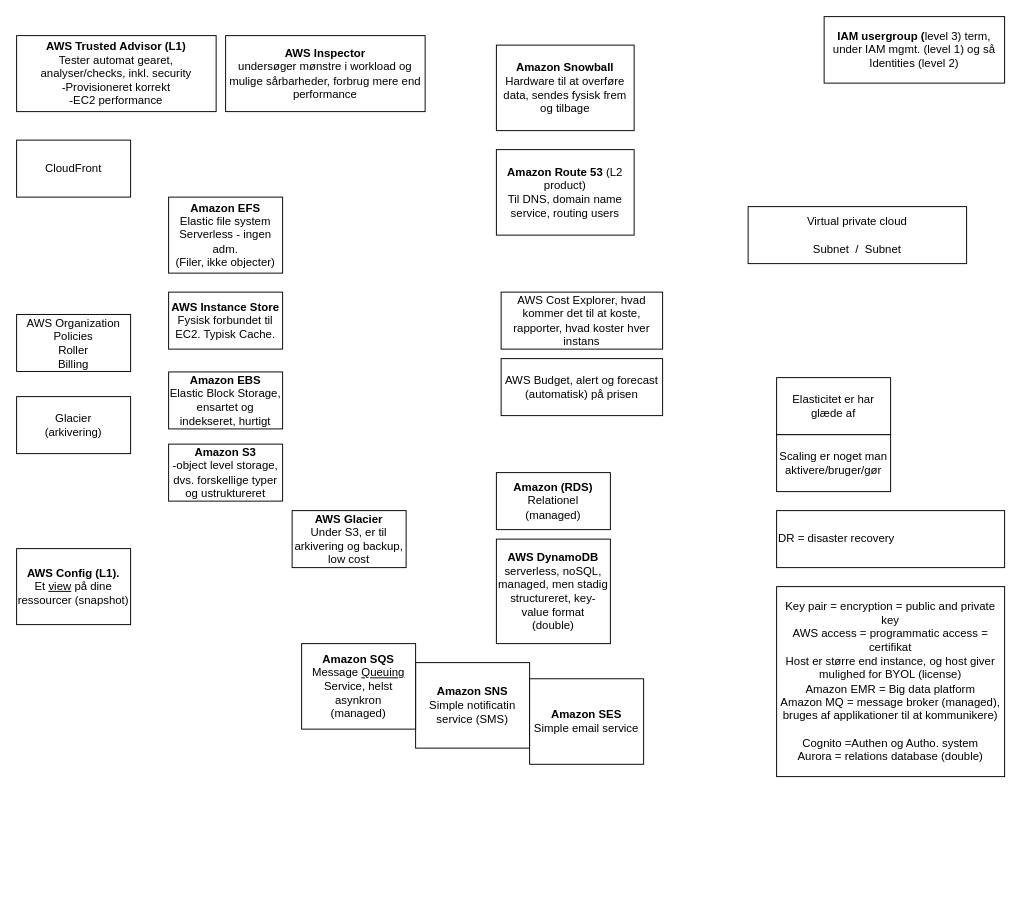
Before: Terms.drawio in Zaladk/drawio, a draw.io diagram. Source tidied: cells renumbered, new cells numbered last; positions are measured from the earlier drawing's top-left corner, leaving out a move shared by most shapes. Both pictures are drawn from the tidied source at 95%, with x=0, y=0 at pixel (16, 16).
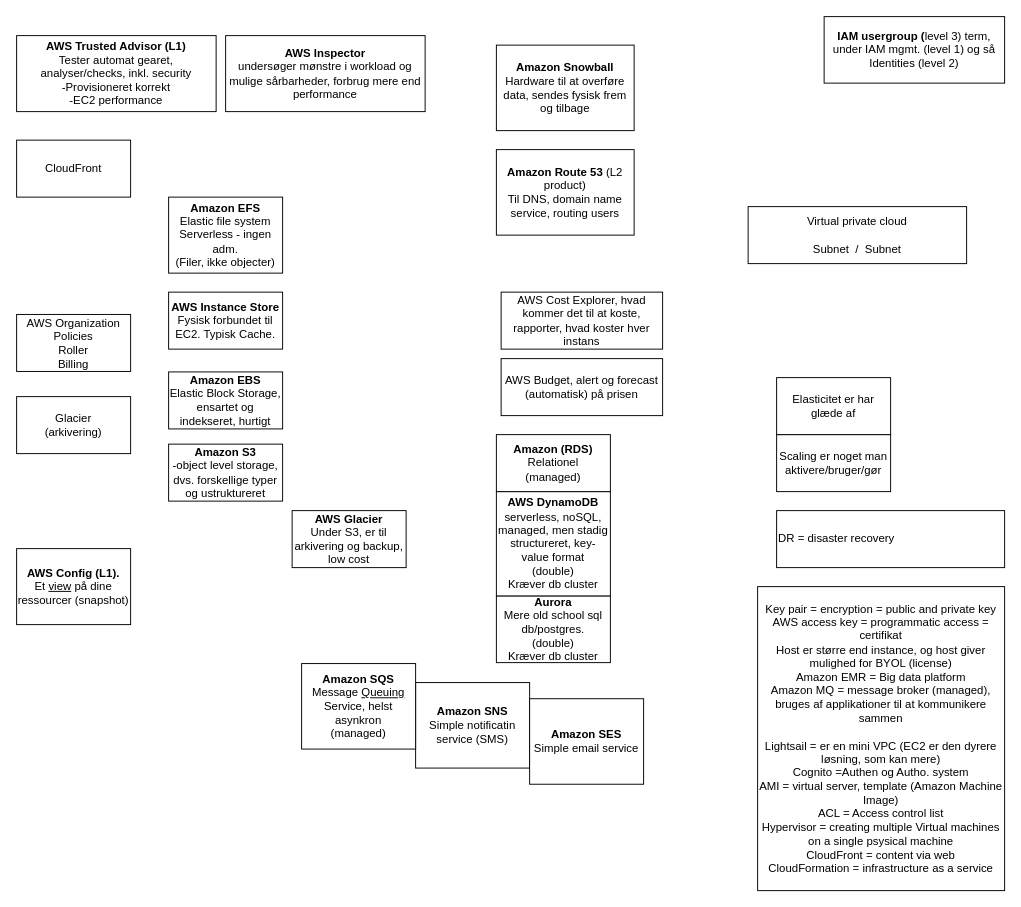
Above is the later version.

What changed in the source:
```diff
@@
-    <mxCell id="8" value="&lt;b&gt;AWS DynamoDB&lt;/b&gt;&lt;div&gt;serverless, noSQL, managed, men stadig structureret, key-value format&lt;/div&gt;&lt;div&gt;(double)&lt;/div&gt;" style="rounded=0;whiteSpace=wrap;html=1;" parent="1" vertex="1">
-      <mxGeometry x="505" y="550" width="120" height="110" as="geometry" />
+    <mxCell id="8" value="&lt;b&gt;AWS DynamoDB&lt;/b&gt;&lt;div&gt;serverless, noSQL, managed, men stadig structureret, key-value format&lt;/div&gt;&lt;div&gt;(double)&lt;/div&gt;&lt;div&gt;Kræver db cluster&lt;/div&gt;" style="rounded=0;whiteSpace=wrap;html=1;" parent="1" vertex="1">
+      <mxGeometry x="505" y="500" width="120" height="110" as="geometry" />
     </mxCell>
     <mxCell id="9" value="&lt;b&gt;Amazon (RDS)&lt;/b&gt;&lt;div&gt;Relationel&lt;/div&gt;&lt;div&gt;(managed)&lt;/div&gt;" style="rounded=0;whiteSpace=wrap;html=1;" parent="1" vertex="1">
-      <mxGeometry x="505" y="480" width="120" height="60" as="geometry" />
+      <mxGeometry x="505" y="440" width="120" height="60" as="geometry" />
     </mxCell>
@@
     <mxCell id="19" value="&lt;b&gt;Amazon SNS&lt;/b&gt;&lt;div&gt;Simple notificatin service (SMS)&lt;/div&gt;" style="rounded=0;whiteSpace=wrap;html=1;" parent="1" vertex="1">
-      <mxGeometry x="420" y="680" width="120" height="90" as="geometry" />
+      <mxGeometry x="420" y="701" width="120" height="90" as="geometry" />
     </mxCell>
@@
     <mxCell id="23" value="&lt;b&gt;Amazon SQS&lt;/b&gt;&lt;div&gt;Message &lt;u&gt;Queuing &lt;/u&gt;Service, helst asynkron&lt;/div&gt;&lt;div&gt;(managed)&lt;/div&gt;" style="rounded=0;whiteSpace=wrap;html=1;" parent="1" vertex="1">
-      <mxGeometry x="300" y="660" width="120" height="90" as="geometry" />
+      <mxGeometry x="300" y="681" width="120" height="90" as="geometry" />
     </mxCell>
     <mxCell id="24" value="&lt;b&gt;Amazon SES&lt;/b&gt;&lt;div&gt;Simple email service&lt;/div&gt;" style="rounded=0;whiteSpace=wrap;html=1;" parent="1" vertex="1">
-      <mxGeometry x="540" y="697" width="120" height="90" as="geometry" />
+      <mxGeometry x="540" y="718" width="120" height="90" as="geometry" />
     </mxCell>
-    <mxCell id="25" value="Key pair = encryption = public and private key&lt;div&gt;AWS access = programmatic access = certifikat&lt;/div&gt;&lt;div&gt;Host er større end instance, og host giver mulighed for BYOL (license)&lt;/div&gt;&lt;div&gt;Amazon EMR = Big data platform&lt;/div&gt;&lt;div&gt;Amazon MQ = message broker (managed), bruges af applikationer til at kommunikere)&lt;/div&gt;&lt;div&gt;&lt;br&gt;&lt;/div&gt;&lt;div&gt;Cognito =Authen og Autho. system&lt;/div&gt;&lt;div&gt;Aurora = relations database (double)&lt;/div&gt;" style="rounded=0;whiteSpace=wrap;html=1;" parent="1" vertex="1">
-      <mxGeometry x="800" y="600" width="240" height="200" as="geometry" />
+    <mxCell id="25" value="Key pair = encryption = public and private key&lt;div&gt;AWS access key&lt;span style=&quot;background-color: transparent; color: light-dark(rgb(0, 0, 0), rgb(255, 255, 255));&quot;&gt;&amp;nbsp;= programmatic access = certifikat&lt;/span&gt;&lt;/div&gt;&lt;div&gt;Host er større end instance, og host giver mulighed for BYOL (license)&lt;/div&gt;&lt;div&gt;Amazon EMR = Big data platform&lt;/div&gt;&lt;div&gt;Amazon MQ = message broker (managed), bruges af applikationer til at kommunikere sammen&lt;/div&gt;&lt;div&gt;&lt;br&gt;&lt;/div&gt;&lt;div&gt;Lightsail = er en mini VPC (EC2 er den dyrere løsning, som kan mere)&lt;/div&gt;&lt;div&gt;Cognito =Authen og Autho. system&lt;/div&gt;&lt;div&gt;AMI = virtual server, template (Amazon Machine Image)&lt;/div&gt;&lt;div&gt;ACL = Access control list&lt;/div&gt;&lt;div&gt;Hypervisor = creating multiple Virtual machines on a single psysical machine&lt;/div&gt;&lt;div&gt;CloudFront = content via web&lt;/div&gt;&lt;div&gt;CloudFormation = infrastructure as a service&lt;/div&gt;" style="rounded=0;whiteSpace=wrap;html=1;" parent="1" vertex="1">
+      <mxGeometry x="780" y="600" width="260" height="320" as="geometry" />
     </mxCell>
@@
+    <mxCell id="28" value="&lt;b&gt;Aurora&lt;/b&gt;&lt;div&gt;Mere old school sql db/postgres.&lt;/div&gt;&lt;div&gt;(double)&lt;/div&gt;&lt;div&gt;Kræver db cluster&lt;/div&gt;" style="rounded=0;whiteSpace=wrap;html=1;" parent="1" vertex="1">
+      <mxGeometry x="505" y="610" width="120" height="70" as="geometry" />
+    </mxCell>
```
